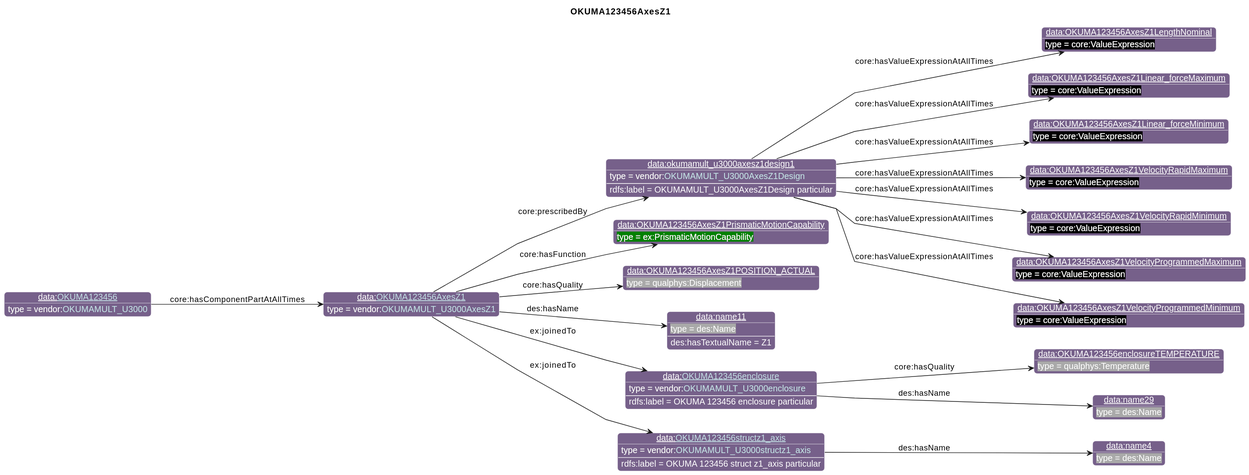
This is diagrams/OKUMA123456AxesZ1.svg from iofoundry/example-syseng-mtconnect, a PlantUML export, as it was before one commit.
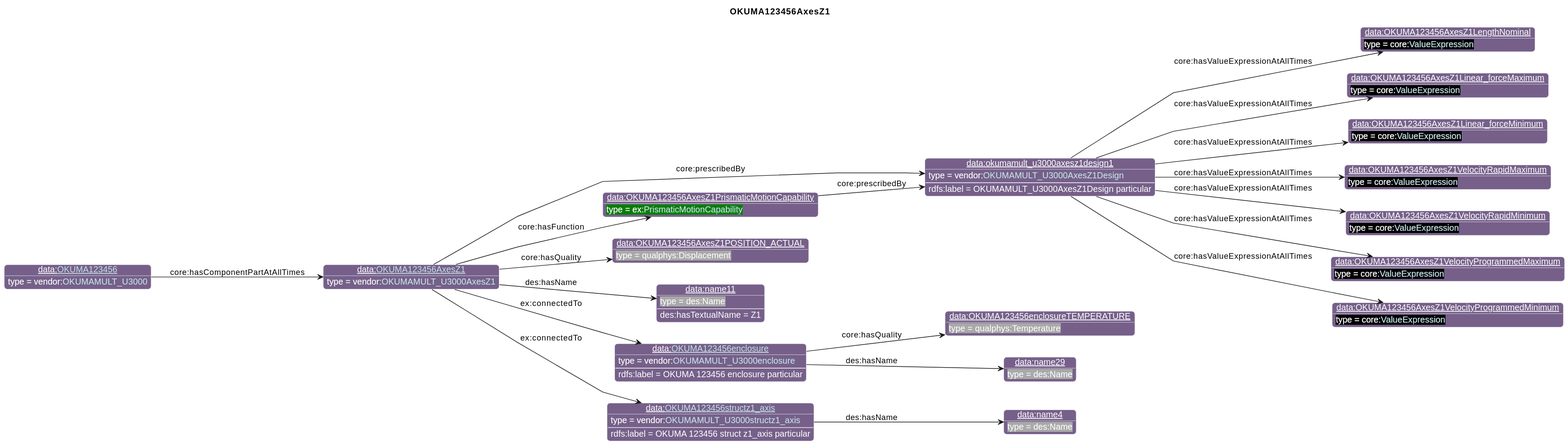
The same diagram one commit later.

The edit, as a diff of the source:
```diff
@@ -27,14 +27,14 @@
       }
 individual(o0, data:[[./OKUMA123456AxesZ1.html OKUMA123456AxesZ1]], vendor:[[../OKUMA.html#OKUMAMULT_U3000AxesZ1 OKUMAMULT_U3000AxesZ1]])
 individual(o1, data:okumamult_u3000axesz1design1, vendor:[[../OKUMA.html#OKUMAMULT_U3000AxesZ1Design OKUMAMULT_U3000AxesZ1Design]])
-individual(o2, data:OKUMA123456AxesZ1LengthNominal, core:ValueExpression)
-individual(o3, data:OKUMA123456AxesZ1Linear_forceMaximum, core:ValueExpression)
-individual(o4, data:OKUMA123456AxesZ1Linear_forceMinimum, core:ValueExpression)
-individual(o5, data:OKUMA123456AxesZ1VelocityRapidMaximum, core:ValueExpression)
-individual(o6, data:OKUMA123456AxesZ1VelocityRapidMinimum, core:ValueExpression)
-individual(o7, data:OKUMA123456AxesZ1VelocityProgrammedMaximum, core:ValueExpression)
-individual(o8, data:OKUMA123456AxesZ1VelocityProgrammedMinimum, core:ValueExpression)
-individual(o9, data:OKUMA123456AxesZ1PrismaticMotionCapability, ex:PrismaticMotionCapability)
+individual(o2, data:OKUMA123456AxesZ1LengthNominal, core:[[https://spec.industrialontologies.org/ontology/core/Core/ValueExpression ValueExpression]])
+individual(o3, data:OKUMA123456AxesZ1Linear_forceMaximum, core:[[https://spec.industrialontologies.org/ontology/core/Core/ValueExpression ValueExpression]])
+individual(o4, data:OKUMA123456AxesZ1Linear_forceMinimum, core:[[https://spec.industrialontologies.org/ontology/core/Core/ValueExpression ValueExpression]])
+individual(o5, data:OKUMA123456AxesZ1VelocityRapidMaximum, core:[[https://spec.industrialontologies.org/ontology/core/Core/ValueExpression ValueExpression]])
+individual(o6, data:OKUMA123456AxesZ1VelocityRapidMinimum, core:[[https://spec.industrialontologies.org/ontology/core/Core/ValueExpression ValueExpression]])
+individual(o7, data:OKUMA123456AxesZ1VelocityProgrammedMaximum, core:[[https://spec.industrialontologies.org/ontology/core/Core/ValueExpression ValueExpression]])
+individual(o8, data:OKUMA123456AxesZ1VelocityProgrammedMinimum, core:[[https://spec.industrialontologies.org/ontology/core/Core/ValueExpression ValueExpression]])
+individual(o9, data:OKUMA123456AxesZ1PrismaticMotionCapability, ex:[[../Example.html#PrismaticMotionCapability PrismaticMotionCapability]])
 individual(o10, data:OKUMA123456AxesZ1POSITION_ACTUAL, qualphys:Displacement)
 individual(o11, data:name11, des:Name)
 individual(o12, data:[[./OKUMA123456enclosure.html OKUMA123456enclosure]], vendor:[[../OKUMA.html#OKUMAMULT_U3000enclosure OKUMAMULT_U3000enclosure]])
@@ -53,14 +53,15 @@
 property(o1, "core:hasValueExpressionAtAllTimes", o7)
 property(o1, "core:hasValueExpressionAtAllTimes", o8)
 property(o0, "core:hasFunction", o9)
+property(o9, "core:prescribedBy", o1)
 property(o0, "core:hasQuality", o10)
 property(o0, "des:hasName", o11)
 data(o11, "des:hasTextualName", "Z1")
-property(o0, "ex:joinedTo", o12)
+property(o0, "ex:connectedTo", o12)
 data(o12, "rdfs:label", "OKUMA 123456 enclosure particular")
 property(o12, "core:hasQuality", o13)
 property(o12, "des:hasName", o14)
-property(o0, "ex:joinedTo", o15)
+property(o0, "ex:connectedTo", o15)
 data(o15, "rdfs:label", "OKUMA 123456 struct z1_axis particular")
 property(o15, "des:hasName", o16)
 property(o17, "core:hasComponentPartAtAllTimes", o0)
```
